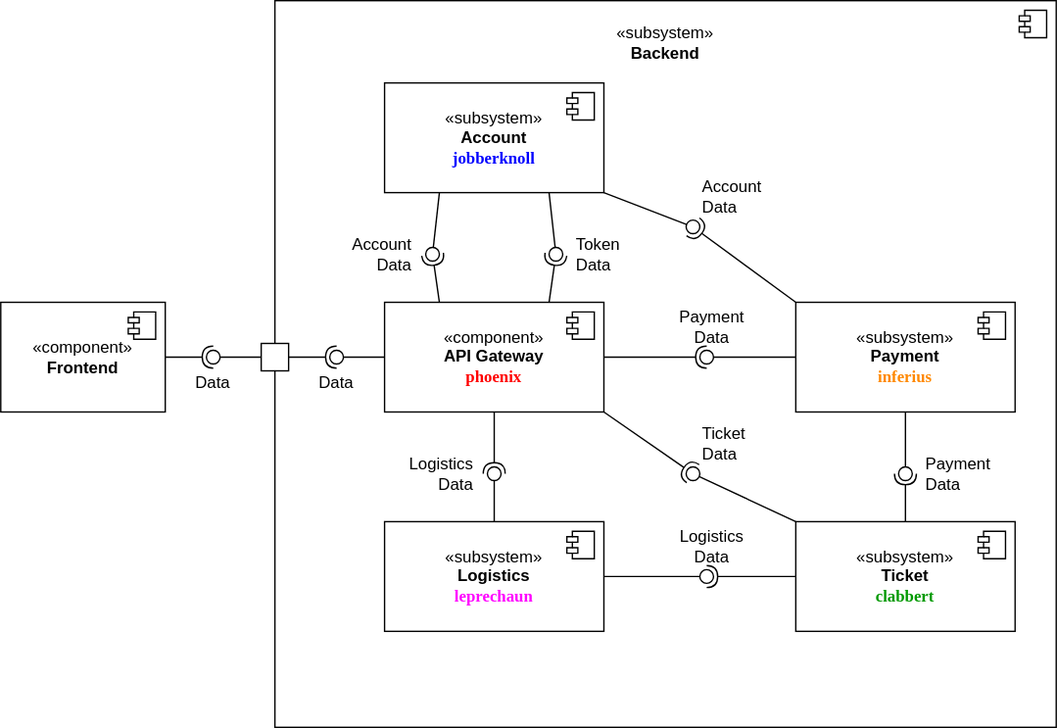
Above: documentation/course/e2/images/component-diagram-main.drawio.svg in PWR-ACS-SE-24/SoftwareSystemDesign (draw.io), before the change. Source tidied: cells renumbered, new cells last; positions are measured from the earlier drawing's top-left corner, leaving out a move shared by most shapes.
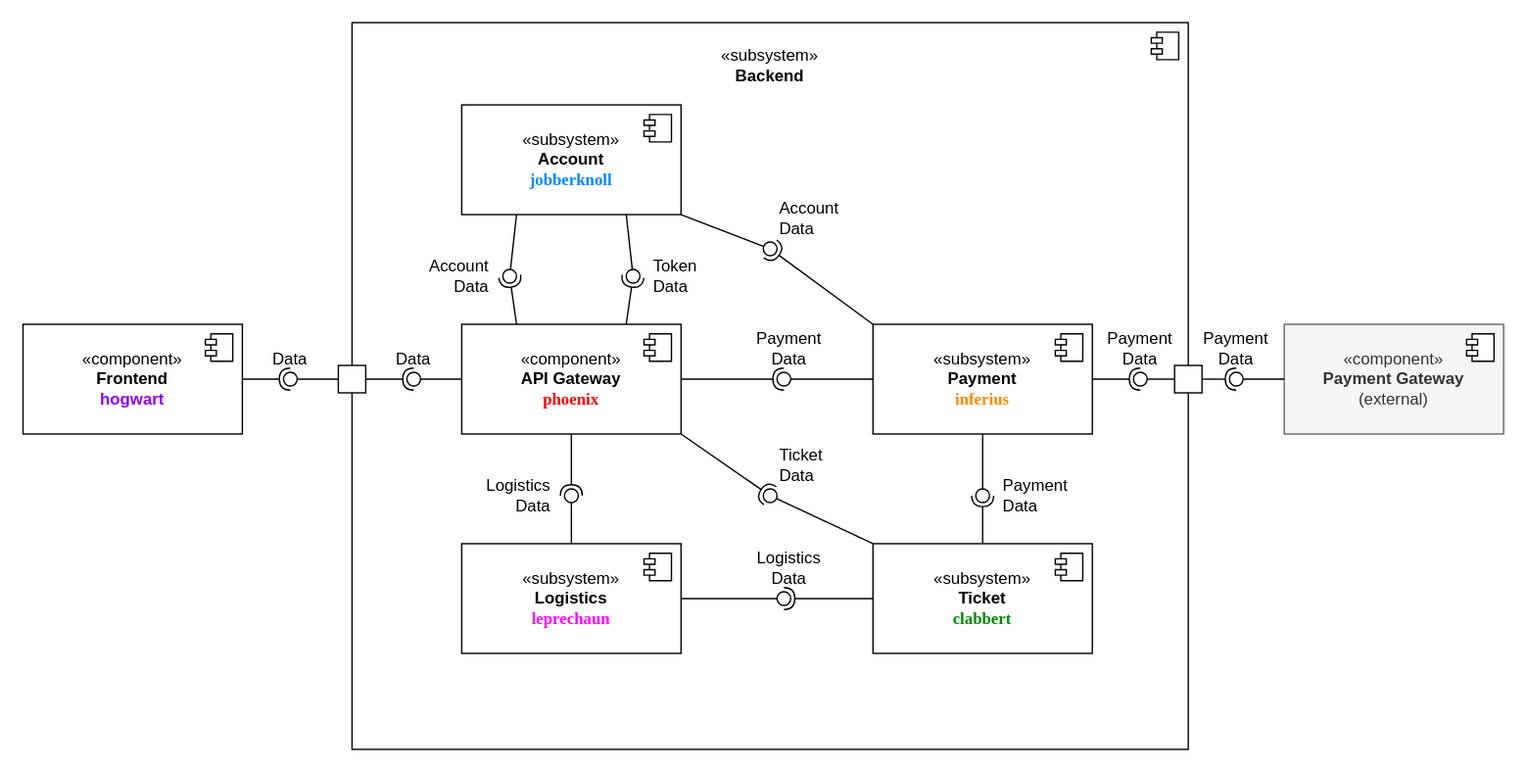
The same file after the commit.

Commit message:
Finalize main component diagram

Change to the diagram source:
```diff
@@ -3,15 +3,15 @@
     <mxCell id="0" />
     <mxCell id="1" parent="0" />
     <mxCell id="2" value="«subsystem»&lt;br&gt;&lt;b&gt;Backend&lt;/b&gt;" style="html=1;whiteSpace=wrap;labelPosition=center;verticalLabelPosition=top;align=center;verticalAlign=bottom;spacingTop=0;spacingBottom=-48;" parent="1" vertex="1">
-      <mxGeometry x="200" width="570" height="530" as="geometry" />
+      <mxGeometry x="200" width="610" height="530" as="geometry" />
     </mxCell>
     <mxCell id="3" style="shape=module;jettyWidth=8;jettyHeight=4;" parent="2" vertex="1">
       <mxGeometry x="1" width="20" height="20" relative="1" as="geometry">
         <mxPoint x="-27" y="7" as="offset" />
       </mxGeometry>
     </mxCell>
-    <mxCell id="4" value="&lt;div&gt;«component»&lt;/div&gt;&lt;div&gt;&lt;b&gt;Frontend&lt;/b&gt;&lt;/div&gt;" style="html=1;whiteSpace=wrap;" parent="1" vertex="1">
-      <mxGeometry y="220" width="120" height="80" as="geometry" />
+    <mxCell id="4" value="&lt;div&gt;«component»&lt;/div&gt;&lt;div&gt;&lt;b&gt;Frontend&lt;/b&gt;&lt;/div&gt;&lt;div&gt;&lt;b&gt;&lt;font color=&quot;#8800ff&quot;&gt;hogwart&lt;br&gt;&lt;/font&gt;&lt;/b&gt;&lt;/div&gt;" style="html=1;whiteSpace=wrap;" parent="1" vertex="1">
+      <mxGeometry x="-40" y="220" width="160" height="80" as="geometry" />
     </mxCell>
     <mxCell id="5" style="shape=module;jettyWidth=8;jettyHeight=4;" parent="4" vertex="1">
       <mxGeometry x="1" width="20" height="20" relative="1" as="geometry">
@@ -26,7 +26,7 @@
         <mxPoint x="-27" y="7" as="offset" />
       </mxGeometry>
     </mxCell>
-    <mxCell id="8" value="«subsystem»&lt;br&gt;&lt;div&gt;&lt;b&gt;Ticket&lt;br&gt;&lt;/b&gt;&lt;/div&gt;&lt;b&gt;&lt;font color=&quot;#009900&quot; face=&quot;Lucida Console&quot;&gt;clabbert&lt;/font&gt;&lt;/b&gt;" style="html=1;whiteSpace=wrap;" parent="1" vertex="1">
+    <mxCell id="8" value="«subsystem»&lt;br&gt;&lt;div&gt;&lt;b&gt;Ticket&lt;br&gt;&lt;/b&gt;&lt;/div&gt;&lt;b&gt;&lt;font color=&quot;#008800&quot; face=&quot;Lucida Console&quot;&gt;clabbert&lt;/font&gt;&lt;/b&gt;" style="html=1;whiteSpace=wrap;" parent="1" vertex="1">
       <mxGeometry x="580" y="380" width="160" height="80" as="geometry" />
     </mxCell>
     <mxCell id="9" style="shape=module;jettyWidth=8;jettyHeight=4;" parent="8" vertex="1">
@@ -34,7 +34,7 @@
         <mxPoint x="-27" y="7" as="offset" />
       </mxGeometry>
     </mxCell>
-    <mxCell id="10" value="«subsystem»&lt;br&gt;&lt;div&gt;&lt;b&gt;Account&lt;br&gt;&lt;/b&gt;&lt;/div&gt;&lt;b&gt;&lt;font color=&quot;#0000ff&quot; face=&quot;Lucida Console&quot;&gt;jobberknoll&lt;/font&gt;&lt;/b&gt;" style="html=1;whiteSpace=wrap;" parent="1" vertex="1">
+    <mxCell id="10" value="«subsystem»&lt;br&gt;&lt;div&gt;&lt;b&gt;Account&lt;br&gt;&lt;/b&gt;&lt;/div&gt;&lt;b&gt;&lt;font color=&quot;#0088ff&quot; face=&quot;Lucida Console&quot;&gt;jobberknoll&lt;/font&gt;&lt;/b&gt;" style="html=1;whiteSpace=wrap;" parent="1" vertex="1">
       <mxGeometry x="280" y="60" width="160" height="80" as="geometry" />
     </mxCell>
     <mxCell id="11" style="shape=module;jettyWidth=8;jettyHeight=4;" parent="10" vertex="1">
@@ -130,7 +130,7 @@
     <mxCell id="39" style="rounded=0;jettySize=auto;html=1;endArrow=oval;endFill=0;sketch=0;sourcePerimeterSpacing=0;targetPerimeterSpacing=0;endSize=10;exitX=0;exitY=0.5;exitDx=0;exitDy=0;" parent="1" edge="1" source="6" target="40">
       <mxGeometry relative="1" as="geometry" />
     </mxCell>
-    <mxCell id="40" value="&lt;div&gt;Data&lt;/div&gt;" style="ellipse;whiteSpace=wrap;html=1;align=center;fillColor=none;strokeColor=none;perimeter=centerPerimeter;points=[];outlineConnect=1;labelPosition=center;verticalLabelPosition=bottom;verticalAlign=top;" parent="1" vertex="1">
+    <mxCell id="40" value="&lt;div&gt;Data&lt;/div&gt;" style="ellipse;whiteSpace=wrap;html=1;align=center;fillColor=none;strokeColor=none;perimeter=centerPerimeter;points=[];outlineConnect=1;labelPosition=center;verticalLabelPosition=top;verticalAlign=bottom;" parent="1" vertex="1">
       <mxGeometry x="240" y="255" width="10" height="10" as="geometry" />
     </mxCell>
     <mxCell id="41" style="rounded=0;jettySize=auto;html=1;endArrow=halfCircle;endFill=0;endSize=6;strokeWidth=1;sketch=0;exitX=1;exitY=0.5;exitDx=0;exitDy=0;" parent="1" edge="1" source="4" target="43">
@@ -139,7 +139,7 @@
     <mxCell id="42" style="rounded=0;jettySize=auto;html=1;endArrow=oval;endFill=0;sketch=0;sourcePerimeterSpacing=0;targetPerimeterSpacing=0;endSize=10;exitX=0;exitY=0.5;exitDx=0;exitDy=0;" parent="1" edge="1" source="37" target="43">
       <mxGeometry relative="1" as="geometry" />
     </mxCell>
-    <mxCell id="43" value="Data" style="ellipse;whiteSpace=wrap;html=1;align=center;fillColor=none;strokeColor=none;perimeter=centerPerimeter;points=[];outlineConnect=1;labelPosition=center;verticalLabelPosition=bottom;verticalAlign=top;" parent="1" vertex="1">
+    <mxCell id="43" value="Data" style="ellipse;whiteSpace=wrap;html=1;align=center;fillColor=none;strokeColor=none;perimeter=centerPerimeter;points=[];outlineConnect=1;labelPosition=center;verticalLabelPosition=top;verticalAlign=bottom;" parent="1" vertex="1">
       <mxGeometry x="150" y="255" width="10" height="10" as="geometry" />
     </mxCell>
     <mxCell id="44" style="rounded=0;jettySize=auto;html=1;endArrow=halfCircle;endFill=0;endSize=6;strokeWidth=1;sketch=0;exitX=0.75;exitY=0;exitDx=0;exitDy=0;" parent="1" edge="1" source="6" target="46">
@@ -151,5 +151,34 @@
     <mxCell id="46" value="&lt;div&gt;Token&lt;/div&gt;&lt;div&gt;Data&lt;br&gt;&lt;/div&gt;" style="ellipse;whiteSpace=wrap;html=1;align=left;fillColor=none;strokeColor=none;perimeter=centerPerimeter;points=[];outlineConnect=1;labelPosition=right;verticalLabelPosition=middle;verticalAlign=middle;spacingLeft=8;" parent="1" vertex="1">
       <mxGeometry x="400" y="180" width="10" height="10" as="geometry" />
     </mxCell>
+    <mxCell id="47" value="&lt;div&gt;«component»&lt;/div&gt;&lt;div&gt;&lt;b&gt;Payment Gateway&lt;/b&gt;&lt;/div&gt;&lt;div&gt;(external)&lt;br&gt;&lt;/div&gt;" style="html=1;whiteSpace=wrap;fillColor=#f5f5f5;fontColor=#333333;strokeColor=#666666;" parent="1" vertex="1">
+      <mxGeometry x="880" y="220" width="160" height="80" as="geometry" />
+    </mxCell>
+    <mxCell id="48" style="shape=module;jettyWidth=8;jettyHeight=4;" parent="47" vertex="1">
+      <mxGeometry x="1" width="20" height="20" relative="1" as="geometry">
+        <mxPoint x="-27" y="7" as="offset" />
+      </mxGeometry>
+    </mxCell>
+    <mxCell id="49" style="fontStyle=0;labelPosition=right;verticalLabelPosition=middle;align=left;verticalAlign=middle;spacingLeft=2;" parent="1" vertex="1">
+      <mxGeometry x="800" y="250" width="20" height="20" as="geometry" />
+    </mxCell>
+    <mxCell id="50" style="rounded=0;jettySize=auto;html=1;endArrow=halfCircle;endFill=0;endSize=6;strokeWidth=1;sketch=0;exitX=1;exitY=0.5;exitDx=0;exitDy=0;" parent="1" edge="1" source="12" target="52">
+      <mxGeometry relative="1" as="geometry" />
+    </mxCell>
+    <mxCell id="51" style="rounded=0;jettySize=auto;html=1;endArrow=oval;endFill=0;sketch=0;sourcePerimeterSpacing=0;targetPerimeterSpacing=0;endSize=10;exitX=0;exitY=0.5;exitDx=0;exitDy=0;" parent="1" edge="1" source="49" target="52">
+      <mxGeometry relative="1" as="geometry" />
+    </mxCell>
+    <mxCell id="52" value="&lt;div&gt;Payment&lt;/div&gt;&lt;div&gt;Data&lt;br&gt;&lt;/div&gt;" style="ellipse;whiteSpace=wrap;html=1;align=center;fillColor=none;strokeColor=none;perimeter=centerPerimeter;points=[];outlineConnect=1;labelPosition=center;verticalLabelPosition=top;verticalAlign=bottom;" parent="1" vertex="1">
+      <mxGeometry x="770" y="255" width="10" height="10" as="geometry" />
+    </mxCell>
+    <mxCell id="53" style="rounded=0;jettySize=auto;html=1;endArrow=halfCircle;endFill=0;endSize=6;strokeWidth=1;sketch=0;exitX=1;exitY=0.5;exitDx=0;exitDy=0;" parent="1" edge="1" source="49" target="55">
+      <mxGeometry relative="1" as="geometry" />
+    </mxCell>
+    <mxCell id="54" style="rounded=0;jettySize=auto;html=1;endArrow=oval;endFill=0;sketch=0;sourcePerimeterSpacing=0;targetPerimeterSpacing=0;endSize=10;exitX=0;exitY=0.5;exitDx=0;exitDy=0;" parent="1" edge="1" source="47" target="55">
+      <mxGeometry relative="1" as="geometry" />
+    </mxCell>
+    <mxCell id="55" value="&lt;div&gt;Payment&lt;/div&gt;&lt;div&gt;Data&lt;br&gt;&lt;/div&gt;" style="ellipse;whiteSpace=wrap;html=1;align=center;fillColor=none;strokeColor=none;perimeter=centerPerimeter;points=[];outlineConnect=1;labelPosition=center;verticalLabelPosition=top;verticalAlign=bottom;" parent="1" vertex="1">
+      <mxGeometry x="840" y="255" width="10" height="10" as="geometry" />
+    </mxCell>
   </root>
 </mxGraphModel>
```
